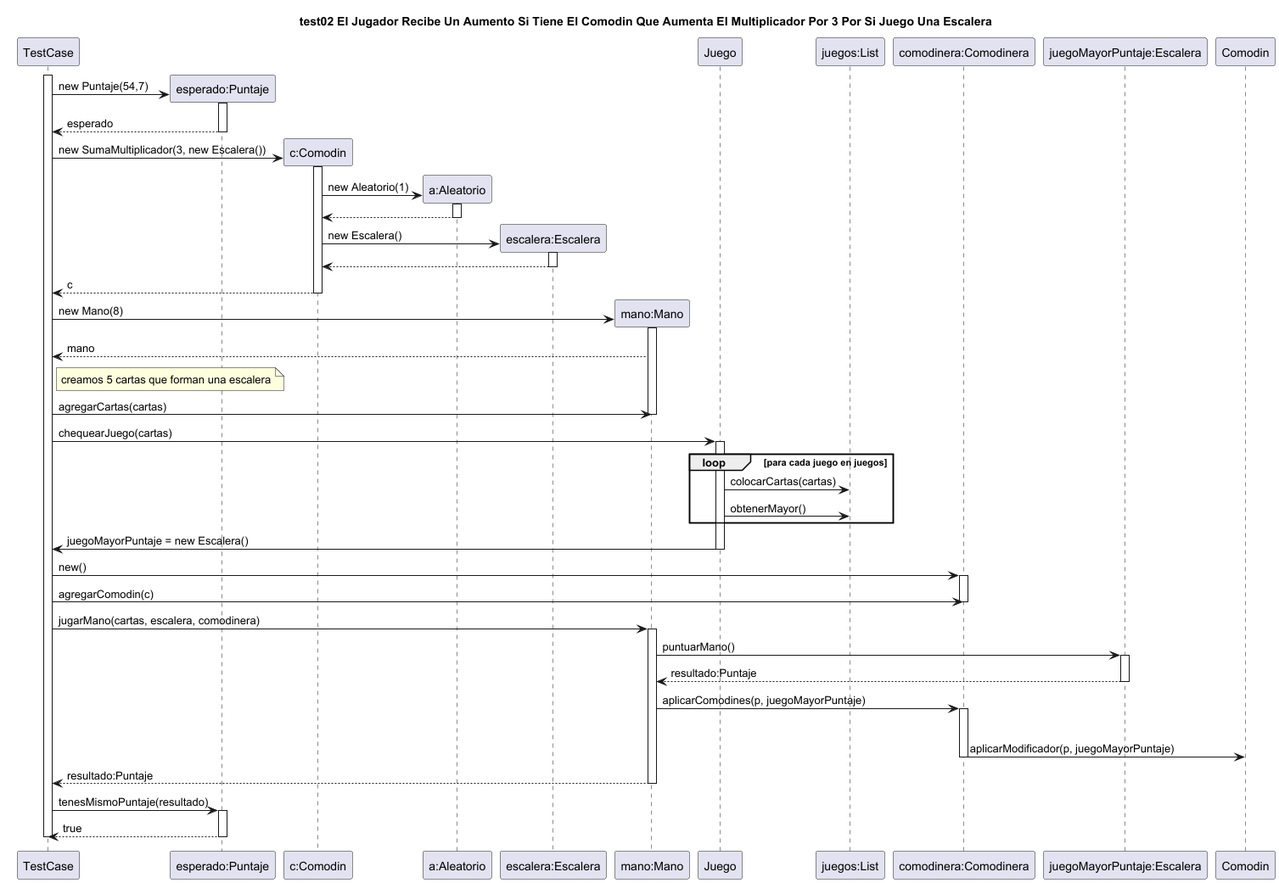
The PlantUML diagram diagrams/sequences/casoDeUso2.png in facukresta/g06-tp2-2c-2024, before a commit.
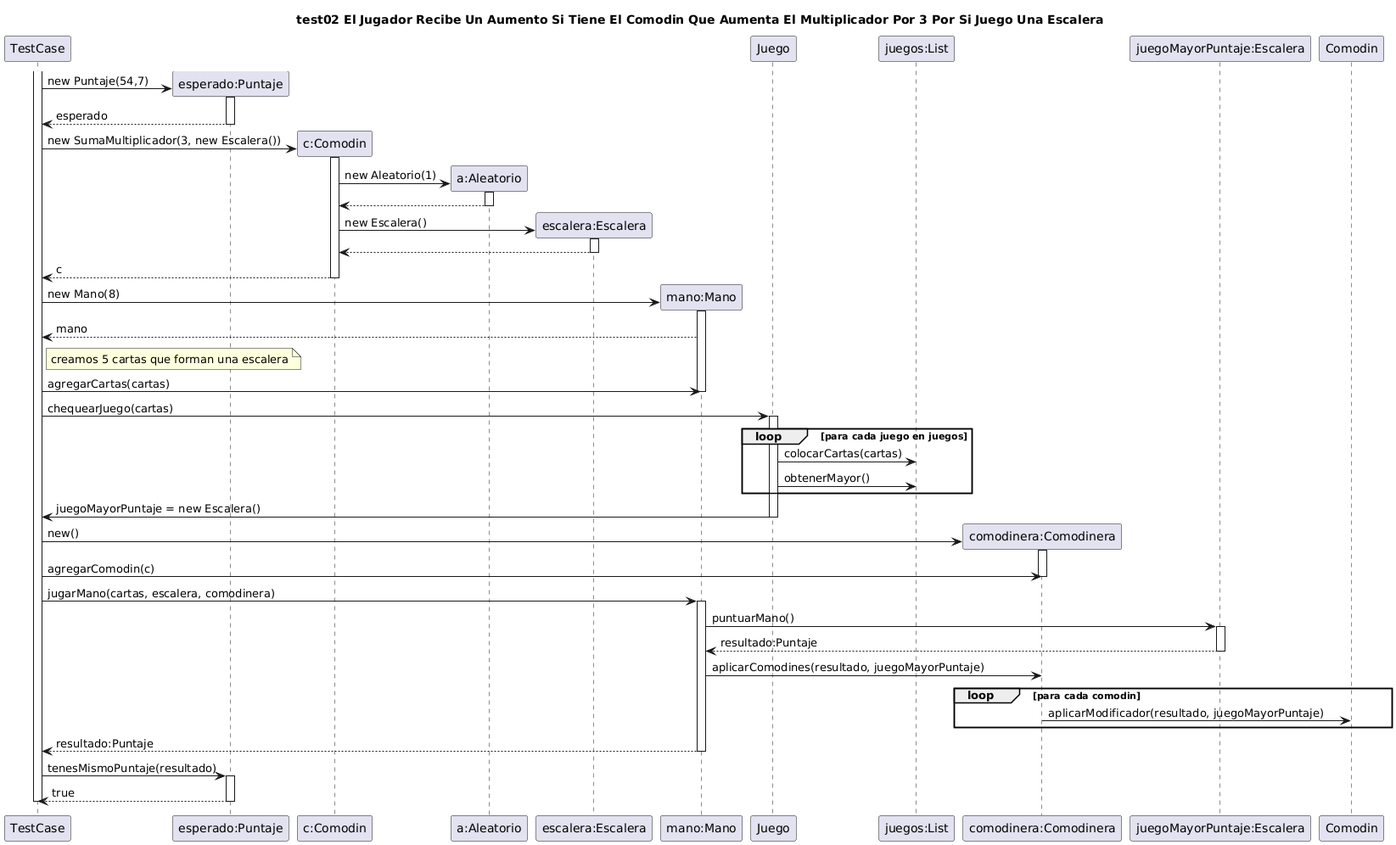
The same diagram one commit later.

Change to the diagram source:
```diff
@@ -1,4 +1,4 @@
-@startuml casoDeUso2
+@startuml
 title "test02 El Jugador Recibe Un Aumento Si Tiene El Comodin Que Aumenta El Multiplicador Por 3 Por Si Juego Una Escalera"
 
 
@@ -43,7 +43,7 @@
 deactivate juego
 
 
-TestCase -> "comodinera:Comodinera" as comodinera : new()
+TestCase -> "comodinera:Comodinera" as comodinera **: new()
 activate comodinera
 TestCase -> comodinera : agregarComodin(c)
 deactivate comodinera
@@ -56,13 +56,13 @@
 activate mejor
 mano <-- mejor : resultado:Puntaje
 deactivate mejor
-mano -> comodinera : aplicarComodines(p, juegoMayorPuntaje)
-activate comodinera
+mano -> comodinera : aplicarComodines(resultado, juegoMayorPuntaje)
 loop para cada comodin
-comodinera -> "Comodin" : aplicarModificador(p, juegoMayorPuntaje)
-deactivate comodinera
+comodinera -> "Comodin" : aplicarModificador(resultado, juegoMayorPuntaje)
+end
 TestCase <-- mano : resultado:Puntaje
 deactivate mano
+
 
 TestCase -> esperado : tenesMismoPuntaje(resultado)
 activate esperado
@@ -70,5 +70,4 @@
 deactivate esperado
 
 deactivate TestCase
-
 @enduml
```
